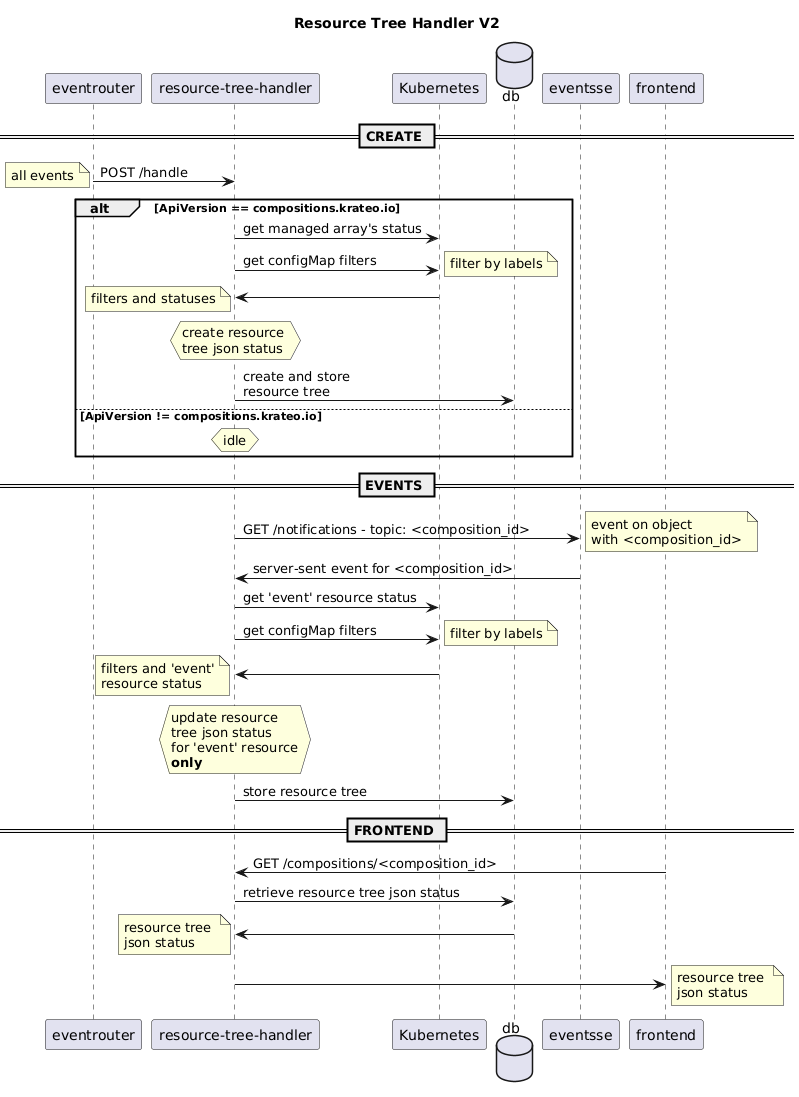
krateoplatformops/resource-tree-handler keeps this PlantUML diagram as _diagrams/sequence_diagram.png. Above is the earlier version.
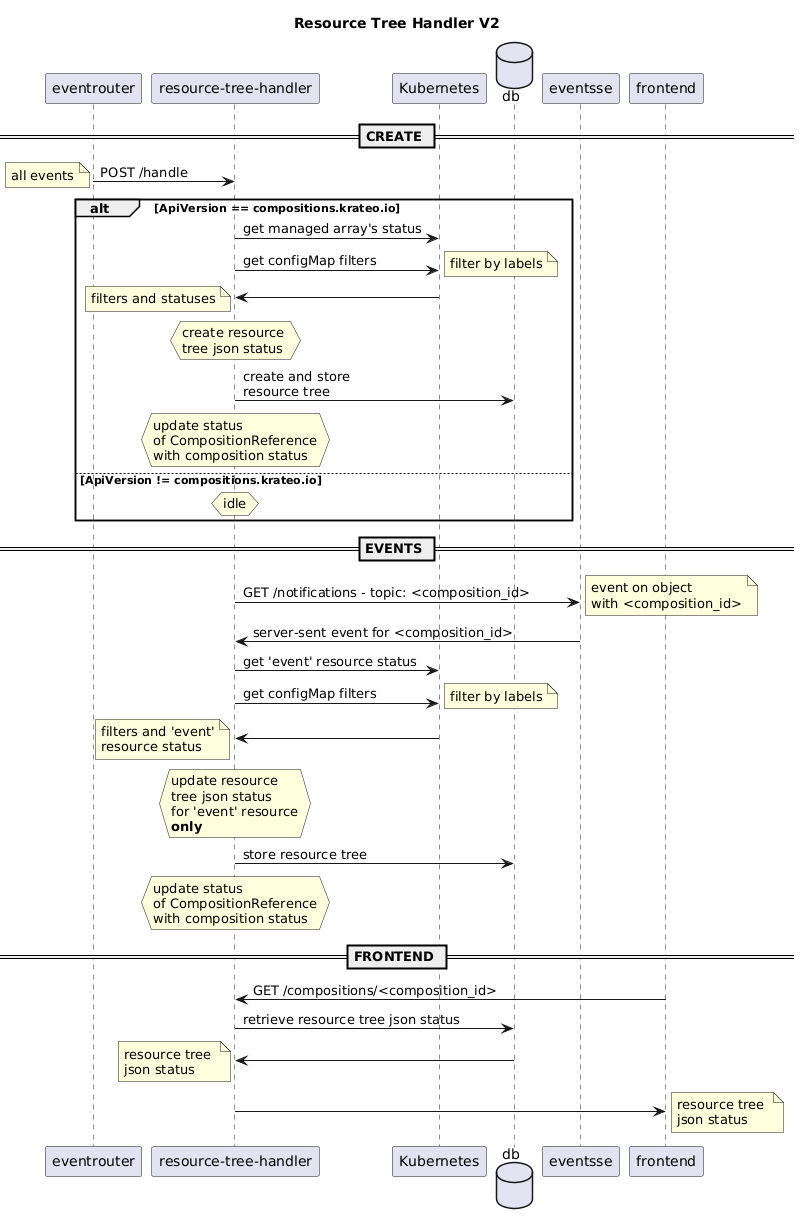
After the change.

Commit message:
docs: updated readme with compositionReference status update (#42)

Diff of the diagram source:
```diff
@@ -27,6 +27,7 @@
 note left: filters and statuses
 hnote over "resource-tree-handler": create resource \ntree json status
 "resource-tree-handler" -> db : create and store\nresource tree
+hnote over "resource-tree-handler": update status\nof CompositionReference\nwith composition status
 else ApiVersion != compositions.krateo.io
 hnote over "resource-tree-handler": idle
 end
@@ -46,6 +47,7 @@
 note left: filters and 'event'\nresource status
 hnote over "resource-tree-handler": update resource \ntree json status\nfor 'event' resource\n**only**
 "resource-tree-handler" -> db : store resource tree
+hnote over "resource-tree-handler": update status\nof CompositionReference\nwith composition status
 
 == FRONTEND ==
 
```
